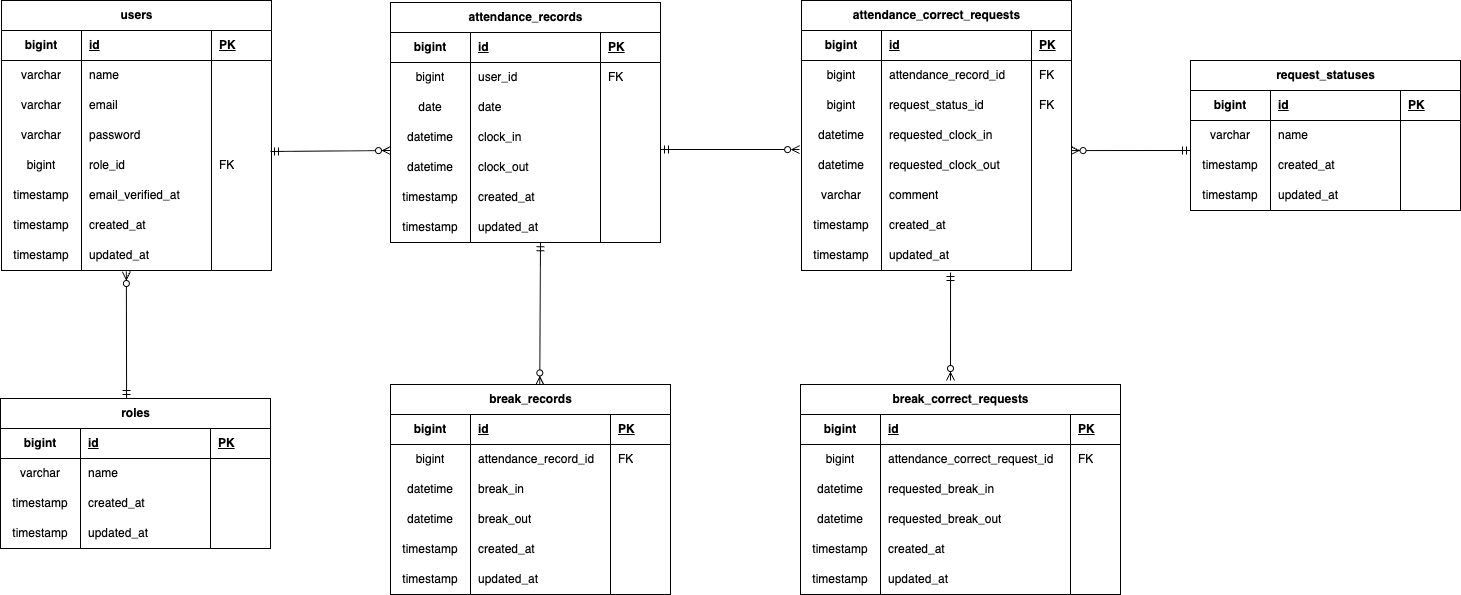
Earlier version of the draw.io export ER.drawio.png (Tamori169/Laravel-attendance-management). Source tidied: cells renumbered, new cells last; positions are measured from the earlier drawing's top-left corner, leaving out a move shared by most shapes.
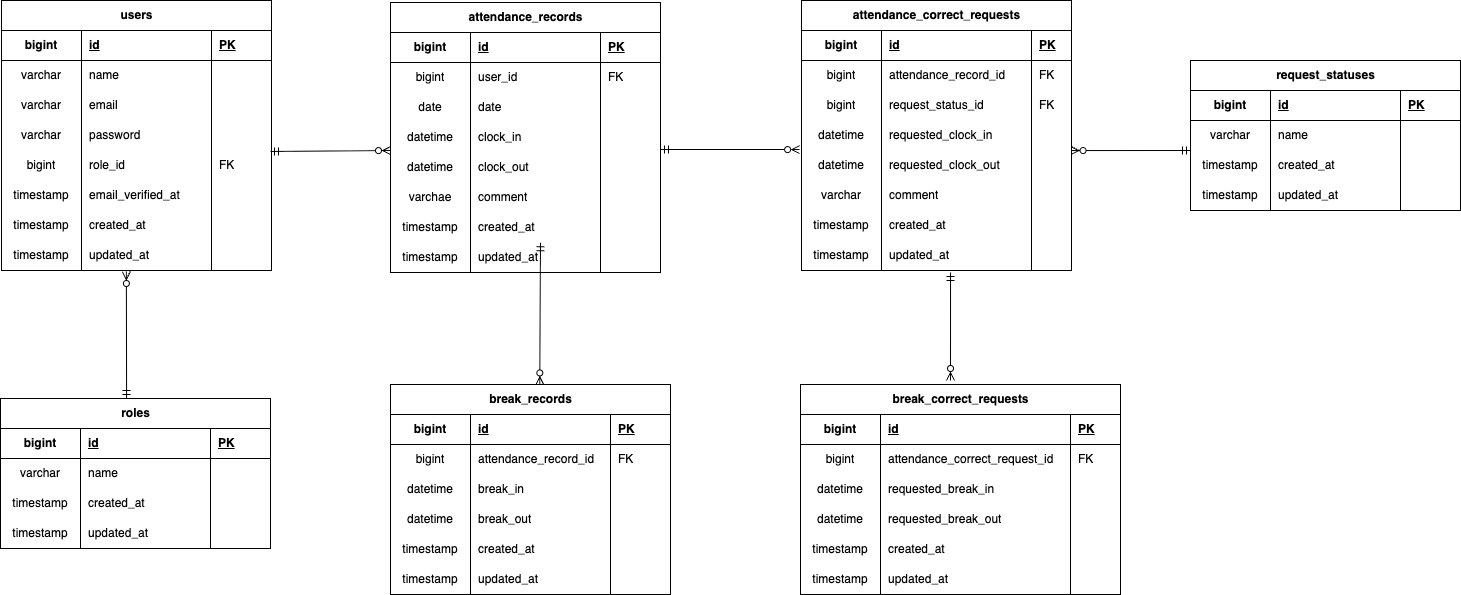
After the change.

Commit message:
ER図修正（コメントカラム挿入）

The edit, as a diff of the source:
```diff
@@ -159,7 +159,7 @@
       </mxGeometry>
     </mxCell>
     <mxCell id="53" value="attendance_records" style="shape=table;startSize=30;rowLines=0;fontStyle=1;align=center;html=1;" parent="1" vertex="1">
-      <mxGeometry x="390" y="2" width="270" height="240" as="geometry" />
+      <mxGeometry x="390" y="2" width="270" height="270" as="geometry" />
     </mxCell>
     <mxCell id="54" style="shape=tableRow;horizontal=0;startSize=0;swimlaneHead=0;swimlaneBody=0;fillColor=none;top=0;left=0;right=0;bottom=1;" parent="53" vertex="1">
       <mxGeometry y="30" width="270" height="30" as="geometry" />
@@ -221,8 +221,20 @@
     <mxCell id="73" style="shape=partialRectangle;fillColor=none;top=0;left=0;bottom=0;right=0;align=left;spacingLeft=6;overflow=hidden;whiteSpace=wrap;html=1;" parent="70" vertex="1">
       <mxGeometry x="210" width="60" height="30" as="geometry" />
     </mxCell>
+    <mxCell id="187" style="shape=tableRow;horizontal=0;startSize=0;swimlaneHead=0;swimlaneBody=0;fillColor=none;top=0;left=0;right=0;bottom=0;" parent="53" vertex="1">
+      <mxGeometry y="180" width="270" height="30" as="geometry" />
+    </mxCell>
+    <mxCell id="188" value="varchae" style="shape=partialRectangle;fillColor=none;top=0;left=0;bottom=0;right=0;overflow=hidden;whiteSpace=wrap;html=1;" parent="187" vertex="1">
+      <mxGeometry width="80" height="30" as="geometry" />
+    </mxCell>
+    <mxCell id="189" value="comment" style="shape=partialRectangle;fillColor=none;top=0;left=0;bottom=0;right=0;align=left;spacingLeft=6;overflow=hidden;whiteSpace=wrap;html=1;" parent="187" vertex="1">
+      <mxGeometry x="80" width="130" height="30" as="geometry" />
+    </mxCell>
+    <mxCell id="190" style="shape=partialRectangle;fillColor=none;top=0;left=0;bottom=0;right=0;align=left;spacingLeft=6;overflow=hidden;whiteSpace=wrap;html=1;" parent="187" vertex="1">
+      <mxGeometry x="210" width="60" height="30" as="geometry" />
+    </mxCell>
     <mxCell id="74" style="shape=tableRow;horizontal=0;startSize=0;swimlaneHead=0;swimlaneBody=0;fillColor=none;top=0;left=0;right=0;bottom=0;" parent="53" vertex="1">
-      <mxGeometry y="180" width="270" height="30" as="geometry" />
+      <mxGeometry y="210" width="270" height="30" as="geometry" />
     </mxCell>
     <mxCell id="75" value="timestamp" style="shape=partialRectangle;fillColor=none;top=0;left=0;bottom=0;right=0;overflow=hidden;whiteSpace=wrap;html=1;" parent="74" vertex="1">
       <mxGeometry width="80" height="30" as="geometry" />
@@ -234,7 +246,7 @@
       <mxGeometry x="210" width="60" height="30" as="geometry" />
     </mxCell>
     <mxCell id="78" style="shape=tableRow;horizontal=0;startSize=0;swimlaneHead=0;swimlaneBody=0;fillColor=none;top=0;left=0;right=0;bottom=0;" parent="53" vertex="1">
-      <mxGeometry y="210" width="270" height="30" as="geometry" />
+      <mxGeometry y="240" width="270" height="30" as="geometry" />
     </mxCell>
     <mxCell id="79" value="timestamp" style="shape=partialRectangle;fillColor=none;top=0;left=0;bottom=0;right=0;overflow=hidden;whiteSpace=wrap;html=1;" parent="78" vertex="1">
       <mxGeometry width="80" height="30" as="geometry" />
```
